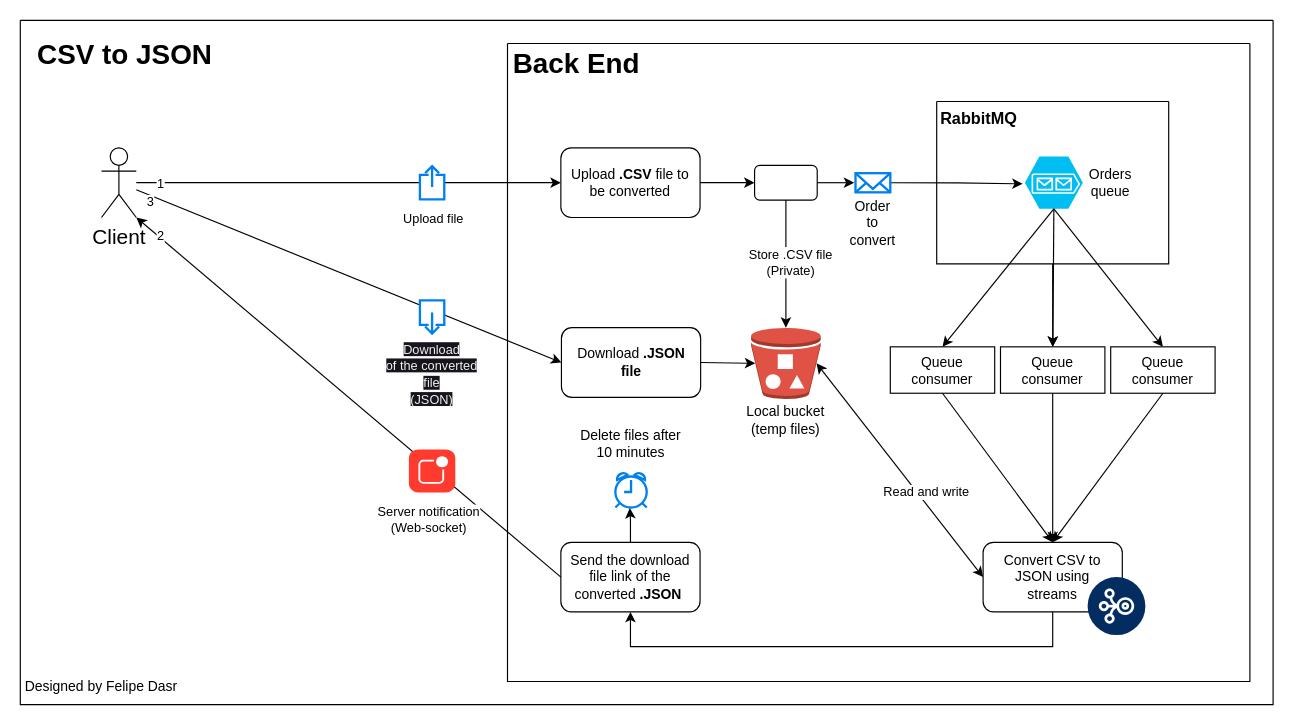
FelipeDasr/csv-to-json keeps this draw.io diagram as docs/csv-to-json-schema.drawio. Above is the earlier version. Source tidied: cells renumbered, new cells numbered last; positions are measured from the earlier drawing's top-left corner, leaving out a move shared by most shapes. Both pictures are drawn from the tidied source at 116%, with x=0, y=0 at pixel (20, 20).
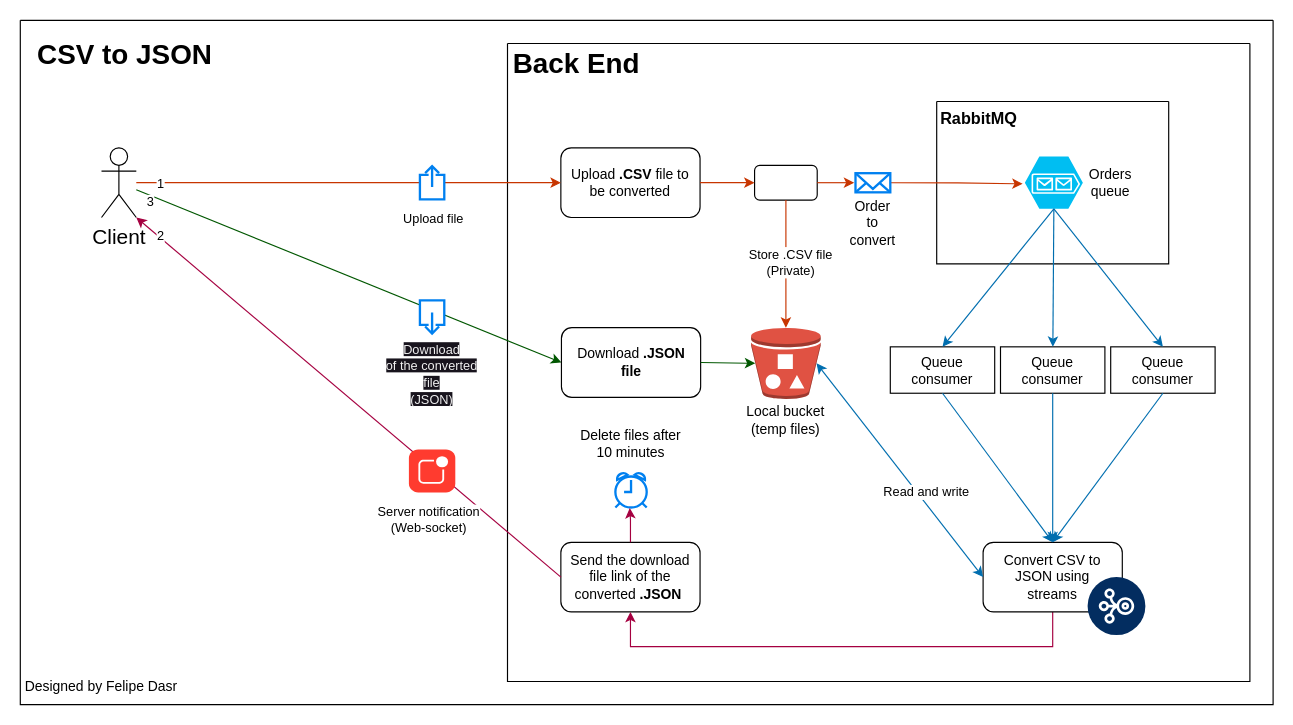
Above is the later version.

Commit message:
docs: update details in app schema

The change refers to these unchanged cells:
```xml
<mxCell id="2" style="swimlane;startSize=0;" parent="1" vertex="1">
  <mxGeometry x="420" y="20" width="640" height="550" as="geometry" />
</mxCell>
<mxCell id="5" style="swimlane;startSize=0;" parent="2" vertex="1">
  <mxGeometry x="370" y="50" width="200" height="140" as="geometry" />
</mxCell>
<mxCell id="7" style="verticalLabelPosition=bottom;html=1;verticalAlign=top;align=center;strokeColor=none;fillColor=#00BEF2;shape=mxgraph.azure.storage_queue;" parent="5" vertex="1">
  <mxGeometry x="76" y="47.5" width="50" height="45" as="geometry" />
</mxCell>
<mxCell id="9" value="Upload &lt;b&gt;.CSV&lt;/b&gt;&amp;nbsp;file to be converted" style="rounded=1;whiteSpace=wrap;html=1;" parent="2" vertex="1">
  <mxGeometry x="46" y="90" width="120" height="60" as="geometry" />
</mxCell>
<mxCell id="10" value="Send the download file link of the converted &lt;b&gt;.JSON&amp;nbsp;&lt;/b&gt;" style="rounded=1;whiteSpace=wrap;html=1;" parent="2" vertex="1">
  <mxGeometry x="46" y="430" width="120" height="60" as="geometry" />
</mxCell>
<mxCell id="13" value="Queue consumer" style="rounded=0;whiteSpace=wrap;html=1;" parent="2" vertex="1">
  <mxGeometry x="425" y="261.5" width="90" height="40" as="geometry" />
</mxCell>
<mxCell id="15" value="Convert CSV to JSON using&lt;br&gt;streams" style="rounded=1;whiteSpace=wrap;html=1;" parent="2" vertex="1">
  <mxGeometry x="410" y="430" width="120" height="60" as="geometry" />
</mxCell>
<mxCell id="16" value="Queue consumer" style="rounded=0;whiteSpace=wrap;html=1;" parent="2" vertex="1">
  <mxGeometry x="520" y="261.5" width="90" height="40" as="geometry" />
</mxCell>
<mxCell id="17" value="Queue consumer" style="rounded=0;whiteSpace=wrap;html=1;" parent="2" vertex="1">
  <mxGeometry x="330" y="261.5" width="90" height="40" as="geometry" />
</mxCell>
<mxCell id="25" style="html=1;verticalLabelPosition=bottom;align=center;labelBackgroundColor=#ffffff;verticalAlign=top;strokeWidth=2;strokeColor=#0080F0;shadow=0;dashed=0;shape=mxgraph.ios7.icons.mail;" parent="2" vertex="1">
  <mxGeometry x="300" y="111.8" width="30" height="16.5" as="geometry" />
</mxCell>
<mxCell id="26" value="&lt;font style=&quot;font-size: 18px;&quot;&gt;Client&lt;/font&gt;" style="shape=umlActor;verticalLabelPosition=bottom;verticalAlign=top;html=1;outlineConnect=0;" parent="1" vertex="1">
  <mxGeometry x="70" y="110" width="30" height="60" as="geometry" />
</mxCell>
<mxCell id="37" style="swimlane;startSize=0;" parent="1" vertex="1">
  <mxGeometry width="1080" height="590" as="geometry" />
</mxCell>
<mxCell id="44" value="Download&amp;nbsp;&lt;b&gt;.JSON&lt;br&gt;file&lt;/b&gt;" style="rounded=1;whiteSpace=wrap;html=1;" parent="37" vertex="1">
  <mxGeometry x="466.5" y="265" width="120" height="60" as="geometry" />
</mxCell>
<mxCell id="45" style="outlineConnect=0;dashed=0;verticalLabelPosition=bottom;verticalAlign=top;align=center;html=1;shape=mxgraph.aws3.bucket_with_objects;fillColor=#E05243;gradientColor=none;" parent="37" vertex="1">
  <mxGeometry x="630" y="265" width="60" height="61.5" as="geometry" />
</mxCell>
<mxCell id="48" style="rounded=1;whiteSpace=wrap;html=1;" parent="37" vertex="1">
  <mxGeometry x="633" y="125" width="54" height="30" as="geometry" />
</mxCell>
```

Change to the diagram source:
```diff
@@
-    <mxCell id="4" style="edgeStyle=orthogonalEdgeStyle;rounded=0;jettySize=auto;html=1;" parent="2" edge="1" source="5" target="13">
-      <mxGeometry relative="1" as="geometry" />
-    </mxCell>
@@
-    <mxCell id="11" style="edgeStyle=orthogonalEdgeStyle;rounded=0;jettySize=auto;html=1;entryX=-0.038;entryY=0.522;entryDx=0;entryDy=0;entryPerimeter=0;exitX=1;exitY=0.5;exitDx=0;exitDy=0;" parent="2" edge="1" source="25" target="7">
+    <mxCell id="11" style="edgeStyle=orthogonalEdgeStyle;rounded=0;jettySize=auto;html=1;entryX=-0.038;entryY=0.522;entryDx=0;entryDy=0;entryPerimeter=0;exitX=1;exitY=0.5;exitDx=0;exitDy=0;flowAnimation=1;fillColor=#fa6800;strokeColor=#C73500;" parent="2" edge="1" source="25" target="7">
       <mxGeometry relative="1" as="geometry" />
     </mxCell>
@@
-    <mxCell id="14" style="edgeStyle=orthogonalEdgeStyle;rounded=0;jettySize=auto;html=1;entryX=0.5;entryY=1;entryDx=0;entryDy=0;" parent="2" edge="1" source="15" target="10">
+    <mxCell id="14" style="edgeStyle=orthogonalEdgeStyle;rounded=0;jettySize=auto;html=1;entryX=0.5;entryY=1;entryDx=0;entryDy=0;flowAnimation=1;fillColor=#d80073;strokeColor=#A50040;" parent="2" edge="1" source="15" target="10">
       <mxGeometry relative="1" as="geometry">
         <Array as="points">
           <mxPoint x="470" y="520" />
           <mxPoint x="106" y="520" />
         </Array>
       </mxGeometry>
     </mxCell>
@@
-    <mxCell id="18" style="endArrow=classic;html=1;rounded=0;exitX=0.5;exitY=1;exitDx=0;exitDy=0;exitPerimeter=0;entryX=0.5;entryY=0;entryDx=0;entryDy=0;" parent="2" edge="1" source="7" target="17">
+    <mxCell id="18" style="endArrow=classic;html=1;rounded=0;exitX=0.5;exitY=1;exitDx=0;exitDy=0;exitPerimeter=0;entryX=0.5;entryY=0;entryDx=0;entryDy=0;flowAnimation=1;fillColor=#1ba1e2;strokeColor=#006EAF;" parent="2" edge="1" source="7" target="17">
       <mxGeometry relative="1" as="geometry" />
     </mxCell>
-    <mxCell id="19" style="endArrow=classic;html=1;rounded=0;exitX=0.5;exitY=1;exitDx=0;exitDy=0;exitPerimeter=0;" parent="2" edge="1" source="7" target="13">
+    <mxCell id="19" style="endArrow=classic;html=1;rounded=0;exitX=0.5;exitY=1;exitDx=0;exitDy=0;exitPerimeter=0;flowAnimation=1;fillColor=#1ba1e2;strokeColor=#006EAF;" parent="2" edge="1" source="7" target="13">
       <mxGeometry relative="1" as="geometry" />
     </mxCell>
-    <mxCell id="20" style="endArrow=classic;html=1;rounded=0;exitX=0.5;exitY=1;exitDx=0;exitDy=0;exitPerimeter=0;entryX=0.5;entryY=0;entryDx=0;entryDy=0;" parent="2" edge="1" source="7" target="16">
+    <mxCell id="20" style="endArrow=classic;html=1;rounded=0;exitX=0.5;exitY=1;exitDx=0;exitDy=0;exitPerimeter=0;entryX=0.5;entryY=0;entryDx=0;entryDy=0;flowAnimation=1;fillColor=#1ba1e2;strokeColor=#006EAF;" parent="2" edge="1" source="7" target="16">
       <mxGeometry relative="1" as="geometry" />
     </mxCell>
-    <mxCell id="21" style="endArrow=classic;html=1;rounded=0;exitX=0.5;exitY=1;exitDx=0;exitDy=0;entryX=0.5;entryY=0;entryDx=0;entryDy=0;" parent="2" edge="1" source="17" target="15">
+    <mxCell id="21" style="endArrow=classic;html=1;rounded=0;exitX=0.5;exitY=1;exitDx=0;exitDy=0;entryX=0.5;entryY=0;entryDx=0;entryDy=0;flowAnimation=1;fillColor=#1ba1e2;strokeColor=#006EAF;" parent="2" edge="1" source="17" target="15">
       <mxGeometry relative="1" as="geometry" />
     </mxCell>
-    <mxCell id="22" style="endArrow=classic;html=1;rounded=0;exitX=0.5;exitY=1;exitDx=0;exitDy=0;entryX=0.5;entryY=0;entryDx=0;entryDy=0;" parent="2" edge="1" source="13" target="15">
+    <mxCell id="22" style="endArrow=classic;html=1;rounded=0;exitX=0.5;exitY=1;exitDx=0;exitDy=0;entryX=0.5;entryY=0;entryDx=0;entryDy=0;flowAnimation=1;fillColor=#1ba1e2;strokeColor=#006EAF;" parent="2" edge="1" source="13" target="15">
       <mxGeometry relative="1" as="geometry" />
     </mxCell>
-    <mxCell id="23" style="endArrow=classic;html=1;rounded=0;exitX=0.5;exitY=1;exitDx=0;exitDy=0;entryX=0.5;entryY=0;entryDx=0;entryDy=0;" parent="2" edge="1" source="16" target="15">
+    <mxCell id="23" style="endArrow=classic;html=1;rounded=0;exitX=0.5;exitY=1;exitDx=0;exitDy=0;entryX=0.5;entryY=0;entryDx=0;entryDy=0;flowAnimation=1;fillColor=#1ba1e2;strokeColor=#006EAF;" parent="2" edge="1" source="16" target="15">
       <mxGeometry relative="1" as="geometry" />
     </mxCell>
@@
-    <mxCell id="27" style="endArrow=classic;html=1;rounded=0;exitX=0;exitY=0.5;exitDx=0;exitDy=0;entryX=1;entryY=1;entryDx=0;entryDy=0;entryPerimeter=0;" parent="1" edge="1" source="10" target="26">
+    <mxCell id="27" style="endArrow=classic;html=1;rounded=0;exitX=0;exitY=0.5;exitDx=0;exitDy=0;entryX=1;entryY=1;entryDx=0;entryDy=0;entryPerimeter=0;flowAnimation=1;fillColor=#d80073;strokeColor=#A50040;" parent="1" edge="1" source="10" target="26">
       <mxGeometry relative="1" as="geometry" />
     </mxCell>
@@
-    <mxCell id="30" style="endArrow=classic;html=1;rounded=0;entryX=0;entryY=0.5;entryDx=0;entryDy=0;" parent="1" edge="1" source="26" target="9">
+    <mxCell id="30" style="endArrow=classic;html=1;rounded=0;entryX=0;entryY=0.5;entryDx=0;entryDy=0;flowAnimation=1;fillColor=#fa6800;strokeColor=#C73500;" parent="1" edge="1" source="26" target="9">
       <mxGeometry relative="1" as="geometry" />
     </mxCell>
@@
-    <mxCell id="33" style="endArrow=classic;html=1;rounded=0;entryX=0;entryY=0.5;entryDx=0;entryDy=0;" parent="1" edge="1" source="26" target="44">
+    <mxCell id="33" style="endArrow=classic;html=1;rounded=0;entryX=0;entryY=0.5;entryDx=0;entryDy=0;flowAnimation=1;fillColor=#008a00;strokeColor=#005700;" parent="1" edge="1" source="26" target="44">
       <mxGeometry relative="1" as="geometry" />
     </mxCell>
@@
-    <mxCell id="47" style="endArrow=classic;html=1;rounded=0;exitX=1;exitY=0.5;exitDx=0;exitDy=0;entryX=0.06;entryY=0.5;entryDx=0;entryDy=0;entryPerimeter=0;" parent="37" edge="1" source="44" target="45">
+    <mxCell id="47" style="endArrow=classic;html=1;rounded=0;exitX=1;exitY=0.5;exitDx=0;exitDy=0;entryX=0.06;entryY=0.5;entryDx=0;entryDy=0;entryPerimeter=0;flowAnimation=1;fillColor=#008a00;strokeColor=#005700;" parent="37" edge="1" source="44" target="45">
       <mxGeometry relative="1" as="geometry" />
     </mxCell>
@@
-    <mxCell id="49" style="endArrow=classic;html=1;rounded=0;exitX=0.5;exitY=1;exitDx=0;exitDy=0;entryX=0.5;entryY=0;entryDx=0;entryDy=0;entryPerimeter=0;" parent="37" edge="1" source="48" target="45">
+    <mxCell id="49" style="endArrow=classic;html=1;rounded=0;exitX=0.5;exitY=1;exitDx=0;exitDy=0;entryX=0.5;entryY=0;entryDx=0;entryDy=0;entryPerimeter=0;flowAnimation=1;fillColor=#fa6800;strokeColor=#C73500;" parent="37" edge="1" source="48" target="45">
       <mxGeometry relative="1" as="geometry" />
     </mxCell>
@@
-    <mxCell id="51" style="edgeStyle=orthogonalEdgeStyle;rounded=0;jettySize=auto;html=1;entryX=0.507;entryY=1.01;entryDx=0;entryDy=0;entryPerimeter=0;" parent="1" edge="1" source="10">
+    <mxCell id="51" style="edgeStyle=orthogonalEdgeStyle;rounded=0;jettySize=auto;html=1;entryX=0.507;entryY=1.01;entryDx=0;entryDy=0;entryPerimeter=0;flowAnimation=1;fillColor=#d80073;strokeColor=#A50040;" parent="1" edge="1" source="10">
       <mxGeometry relative="1" as="geometry">
         <mxPoint x="525.4" y="420.5" as="targetPoint" />
       </mxGeometry>
     </mxCell>
-    <mxCell id="52" style="endArrow=classic;startArrow=classic;html=1;rounded=0;entryX=0;entryY=0.5;entryDx=0;entryDy=0;exitX=0.94;exitY=0.5;exitDx=0;exitDy=0;exitPerimeter=0;" parent="1" edge="1" source="45" target="15">
+    <mxCell id="52" style="endArrow=classic;startArrow=classic;html=1;rounded=0;entryX=0;entryY=0.5;entryDx=0;entryDy=0;exitX=0.94;exitY=0.5;exitDx=0;exitDy=0;exitPerimeter=0;flowAnimation=1;fillColor=#1ba1e2;strokeColor=#006EAF;" parent="1" edge="1" source="45" target="15">
       <mxGeometry relative="1" as="geometry" />
     </mxCell>
@@
-    <mxCell id="54" style="edgeStyle=orthogonalEdgeStyle;rounded=0;jettySize=auto;html=1;" parent="1" edge="1" source="9" target="48">
+    <mxCell id="54" style="edgeStyle=orthogonalEdgeStyle;rounded=0;jettySize=auto;html=1;flowAnimation=1;fillColor=#fa6800;strokeColor=#C73500;" parent="1" edge="1" source="9" target="48">
       <mxGeometry relative="1" as="geometry" />
     </mxCell>
-    <mxCell id="55" style="edgeStyle=orthogonalEdgeStyle;rounded=0;jettySize=auto;html=1;entryX=-0.038;entryY=0.522;entryDx=0;entryDy=0;entryPerimeter=0;exitX=1;exitY=0.5;exitDx=0;exitDy=0;" parent="1" edge="1" source="48" target="25">
+    <mxCell id="55" style="edgeStyle=orthogonalEdgeStyle;rounded=0;jettySize=auto;html=1;entryX=-0.038;entryY=0.522;entryDx=0;entryDy=0;entryPerimeter=0;exitX=1;exitY=0.5;exitDx=0;exitDy=0;flowAnimation=1;fillColor=#fa6800;strokeColor=#C73500;" parent="1" edge="1" source="48" target="25">
       <mxGeometry relative="1" as="geometry" />
     </mxCell>
```
